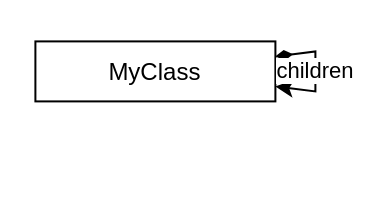
Before: my.drawio in Nasdanika-Templates/ecore-doc, a draw.io diagram. Source tidied: cells renumbered, new cells numbered last; positions are measured from the earlier drawing's top-left corner, leaving out a move shared by most shapes. Both pictures are drawn from the tidied source at 200%, with x=0, y=0 at pixel (34, 40).
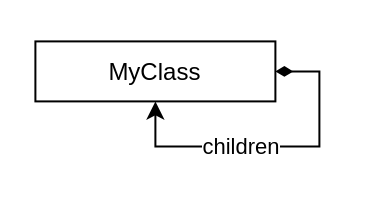
After the change.

Diff of the diagram source:
```diff
@@
 <mxGraphModel>
   <root>
     <mxCell id="0" />
     <mxCell id="1" parent="0" />
     <mxCell id="2" value="MyClass" parent="1" vertex="1">
       <mxGeometry x="0.2" y="0.2" width="120" height="30" as="geometry" />
     </mxCell>
-    <mxCell id="3" value="children" style="rounded=0;orthogonalLoop=1;jettySize=1;html=1;startArrow=diamondThin;startFill=1;" parent="1" edge="1" source="2" target="2">
-      <mxGeometry relative="1" as="geometry" />
+    <mxCell id="3" value="children" style="rounded=0;orthogonalLoop=1;jettySize=1;html=1;startArrow=diamondThin;startFill=1;edgeStyle=orthogonalEdgeStyle;entryX=0.5;entryY=1;entryDx=0;entryDy=0;exitX=1;exitY=0.5;exitDx=0;exitDy=0;" parent="1" edge="1" source="2" target="2">
+      <mxGeometry x="0.21" relative="1" as="geometry">
+        <Array as="points">
+          <mxPoint x="142.2" y="15.7" />
+          <mxPoint x="142.2" y="52.7" />
+          <mxPoint x="60.2" y="52.7" />
+        </Array>
+      </mxGeometry>
     </mxCell>
   </root>
 </mxGraphModel>
```
